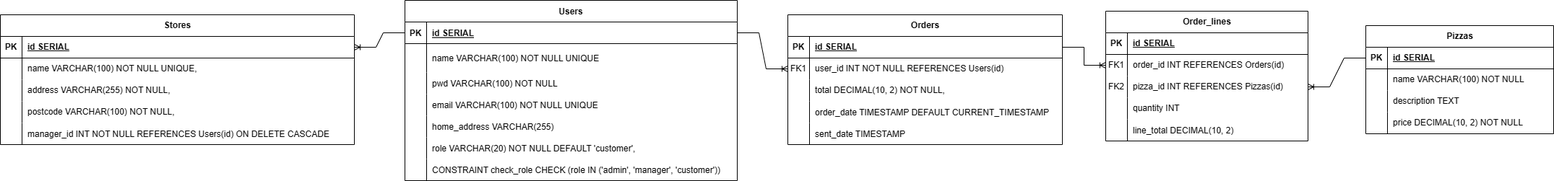
guoruipan/pitsa-jaus keeps this draw.io diagram as src/bd_info/modelo_ER.drawio.png. Above is the earlier version. Source tidied: cells renumbered, new cells last; positions are measured from the earlier drawing's top-left corner, leaving out a move shared by most shapes.
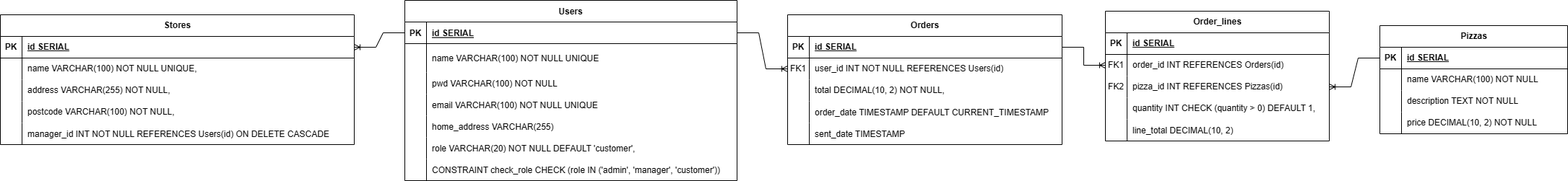
The same file after the commit.

Diff of the diagram source:
```diff
@@ -3,7 +3,7 @@
     <mxCell id="0" />
     <mxCell id="1" parent="0" />
     <mxCell id="2" value="Pizzas" style="shape=table;startSize=30;rowLines=0;fontStyle=1;align=center;html=1;" parent="1" vertex="1">
-      <mxGeometry x="1890" y="35" width="260" height="150" as="geometry" />
+      <mxGeometry x="1910" y="35" width="260" height="150" as="geometry" />
     </mxCell>
     <mxCell id="3" style="shape=tableRow;horizontal=0;startSize=0;swimlaneHead=0;swimlaneBody=0;fillColor=none;points=[[0,0.5],[1,0.5]];portConstraint=eastwest;top=0;left=0;right=0;bottom=1;" parent="2" vertex="1">
       <mxGeometry y="30" width="260" height="30" as="geometry" />
@@ -29,7 +29,7 @@
     <mxCell id="10" style="shape=partialRectangle;fillColor=none;top=0;left=0;bottom=0;right=0;overflow=hidden;whiteSpace=wrap;html=1;" parent="9" vertex="1">
       <mxGeometry width="30" height="30" as="geometry" />
     </mxCell>
-    <mxCell id="11" value="description TEXT" style="shape=partialRectangle;fillColor=none;top=0;left=0;bottom=0;right=0;align=left;spacingLeft=6;overflow=hidden;whiteSpace=wrap;html=1;" parent="9" vertex="1">
+    <mxCell id="11" value="description TEXT NOT NULL" style="shape=partialRectangle;fillColor=none;top=0;left=0;bottom=0;right=0;align=left;spacingLeft=6;overflow=hidden;whiteSpace=wrap;html=1;" parent="9" vertex="1">
       <mxGeometry x="30" width="230" height="30" as="geometry" />
     </mxCell>
     <mxCell id="12" style="shape=tableRow;horizontal=0;startSize=0;swimlaneHead=0;swimlaneBody=0;fillColor=none;top=0;left=0;right=0;bottom=0;" parent="2" vertex="1">
@@ -159,52 +159,52 @@
       <mxGeometry relative="1" as="geometry" />
     </mxCell>
     <mxCell id="54" value="Order_lines" style="shape=table;startSize=30;rowLines=0;fontStyle=1;align=center;html=1;" parent="1" vertex="1">
-      <mxGeometry x="1530" y="15" width="280" height="180" as="geometry" />
+      <mxGeometry x="1530" y="15" width="310" height="180" as="geometry" />
     </mxCell>
     <mxCell id="55" style="shape=tableRow;horizontal=0;startSize=0;swimlaneHead=0;swimlaneBody=0;fillColor=none;top=0;left=0;right=0;bottom=1;" parent="54" vertex="1">
-      <mxGeometry y="30" width="280" height="30" as="geometry" />
+      <mxGeometry y="30" width="310" height="30" as="geometry" />
     </mxCell>
     <mxCell id="56" value="PK" style="shape=partialRectangle;fillColor=none;top=0;left=0;bottom=0;right=0;fontStyle=1;overflow=hidden;whiteSpace=wrap;html=1;" parent="55" vertex="1">
       <mxGeometry width="30" height="30" as="geometry" />
     </mxCell>
     <mxCell id="57" value="&lt;span style=&quot;text-wrap: nowrap;&quot;&gt;id SERIAL&lt;/span&gt;" style="shape=partialRectangle;fillColor=none;top=0;left=0;bottom=0;right=0;align=left;spacingLeft=6;fontStyle=5;overflow=hidden;whiteSpace=wrap;html=1;" parent="55" vertex="1">
-      <mxGeometry x="30" width="250" height="30" as="geometry" />
+      <mxGeometry x="30" width="280" height="30" as="geometry" />
     </mxCell>
     <mxCell id="58" style="shape=tableRow;horizontal=0;startSize=0;swimlaneHead=0;swimlaneBody=0;fillColor=none;points=[[0,0.5],[1,0.5]];portConstraint=eastwest;top=0;left=0;right=0;bottom=0;" parent="54" vertex="1">
-      <mxGeometry y="60" width="280" height="30" as="geometry" />
+      <mxGeometry y="60" width="310" height="30" as="geometry" />
     </mxCell>
     <mxCell id="59" value="FK1" style="shape=partialRectangle;fillColor=none;top=0;left=0;bottom=0;right=0;overflow=hidden;whiteSpace=wrap;html=1;" parent="58" vertex="1">
       <mxGeometry width="30" height="30" as="geometry" />
     </mxCell>
     <mxCell id="60" value="order_id INT REFERENCES Orders(id)" style="shape=partialRectangle;fillColor=none;top=0;left=0;bottom=0;right=0;align=left;spacingLeft=6;overflow=hidden;whiteSpace=wrap;html=1;" parent="58" vertex="1">
-      <mxGeometry x="30" width="250" height="30" as="geometry" />
+      <mxGeometry x="30" width="280" height="30" as="geometry" />
     </mxCell>
     <mxCell id="61" style="shape=tableRow;horizontal=0;startSize=0;swimlaneHead=0;swimlaneBody=0;fillColor=none;points=[[0,0.5],[1,0.5]];portConstraint=eastwest;top=0;left=0;right=0;bottom=0;" parent="54" vertex="1">
-      <mxGeometry y="90" width="280" height="30" as="geometry" />
+      <mxGeometry y="90" width="310" height="30" as="geometry" />
     </mxCell>
     <mxCell id="62" value="FK2" style="shape=partialRectangle;fillColor=none;top=0;left=0;bottom=0;right=0;overflow=hidden;whiteSpace=wrap;html=1;" parent="61" vertex="1">
       <mxGeometry width="30" height="30" as="geometry" />
     </mxCell>
     <mxCell id="63" value="pizza_id INT REFERENCES Pizzas(id)" style="shape=partialRectangle;fillColor=none;top=0;left=0;bottom=0;right=0;align=left;spacingLeft=6;overflow=hidden;whiteSpace=wrap;html=1;" parent="61" vertex="1">
-      <mxGeometry x="30" width="250" height="30" as="geometry" />
+      <mxGeometry x="30" width="280" height="30" as="geometry" />
     </mxCell>
     <mxCell id="64" style="shape=tableRow;horizontal=0;startSize=0;swimlaneHead=0;swimlaneBody=0;fillColor=none;top=0;left=0;right=0;bottom=0;" parent="54" vertex="1">
-      <mxGeometry y="120" width="280" height="30" as="geometry" />
+      <mxGeometry y="120" width="310" height="30" as="geometry" />
     </mxCell>
     <mxCell id="65" style="shape=partialRectangle;fillColor=none;top=0;left=0;bottom=0;right=0;overflow=hidden;whiteSpace=wrap;html=1;" parent="64" vertex="1">
       <mxGeometry width="30" height="30" as="geometry" />
     </mxCell>
-    <mxCell id="66" value="quantity INT" style="shape=partialRectangle;fillColor=none;top=0;left=0;bottom=0;right=0;align=left;spacingLeft=6;overflow=hidden;whiteSpace=wrap;html=1;" parent="64" vertex="1">
-      <mxGeometry x="30" width="250" height="30" as="geometry" />
+    <mxCell id="66" value="quantity INT CHECK (quantity &amp;gt; 0) DEFAULT 1," style="shape=partialRectangle;fillColor=none;top=0;left=0;bottom=0;right=0;align=left;spacingLeft=6;overflow=hidden;whiteSpace=wrap;html=1;" parent="64" vertex="1">
+      <mxGeometry x="30" width="280" height="30" as="geometry" />
     </mxCell>
     <mxCell id="67" style="shape=tableRow;horizontal=0;startSize=0;swimlaneHead=0;swimlaneBody=0;fillColor=none;top=0;left=0;right=0;bottom=0;" parent="54" vertex="1">
-      <mxGeometry y="150" width="280" height="30" as="geometry" />
+      <mxGeometry y="150" width="310" height="30" as="geometry" />
     </mxCell>
     <mxCell id="68" style="shape=partialRectangle;fillColor=none;top=0;left=0;bottom=0;right=0;overflow=hidden;" parent="67" vertex="1">
       <mxGeometry width="30" height="30" as="geometry" />
     </mxCell>
     <mxCell id="69" value="line_total DECIMAL(10, 2)" style="shape=partialRectangle;fillColor=none;top=0;left=0;bottom=0;right=0;align=left;spacingLeft=6;overflow=hidden;" parent="67" vertex="1">
-      <mxGeometry x="30" width="250" height="30" as="geometry" />
+      <mxGeometry x="30" width="280" height="30" as="geometry" />
     </mxCell>
     <mxCell id="70" style="edgeStyle=entityRelationEdgeStyle;fontSize=12;html=1;endArrow=ERoneToMany;rounded=0;exitX=1;exitY=0.5;exitDx=0;exitDy=0;entryX=0;entryY=0.5;entryDx=0;entryDy=0;" parent="1" edge="1" source="38" target="58">
       <mxGeometry relative="1" as="geometry" />
```
